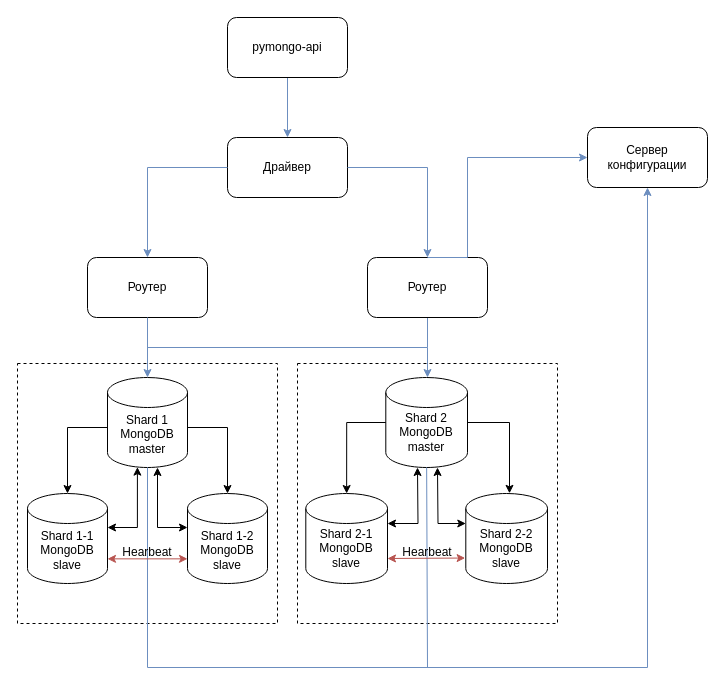
Earlier version of the draw.io diagram page "replication" (3 of 6) of sprint2.drawio (Ivan-Kozhushko/architecture-sprint-2). Source tidied: cells renumbered, new cells numbered last; positions are measured from the earlier drawing's top-left corner, leaving out a move shared by most shapes. Both pictures are drawn from the tidied source at 100%, with x=0, y=0 at pixel (17, 17).
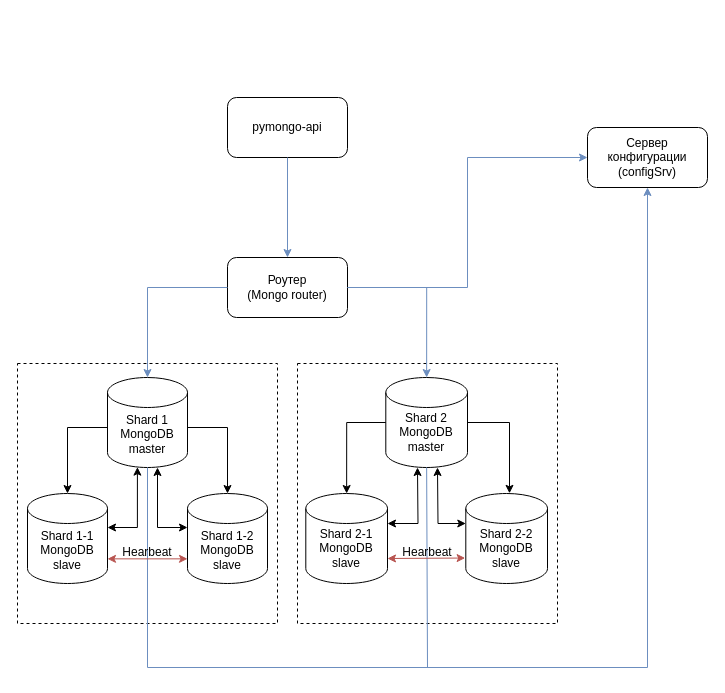
Above is the later version.

Unchanged cells that the change refers to:
```xml
<mxCell id="11" style="rounded=1;whiteSpace=wrap;html=1;" parent="9" vertex="1">
  <mxGeometry width="120" height="60" as="geometry" />
</mxCell>
<mxCell id="17" style="group;" parent="1" vertex="1">
  <mxGeometry x="570" y="110" width="120" height="60" as="geometry" />
</mxCell>
<mxCell id="23" style="shape=cylinder3;whiteSpace=wrap;html=1;boundedLbl=1;backgroundOutline=1;size=15;" parent="22" vertex="1">
  <mxGeometry x="-11.7" width="81.7" height="90" as="geometry" />
</mxCell>
<mxCell id="26" style="shape=cylinder3;whiteSpace=wrap;html=1;boundedLbl=1;backgroundOutline=1;size=15;" parent="25" vertex="1">
  <mxGeometry width="80" height="90" as="geometry" />
</mxCell>
```

What changed in the source:
```diff
@@
-    <mxCell id="4" style="edgeStyle=orthogonalEdgeStyle;rounded=0;jettySize=auto;html=1;entryX=0.5;entryY=0;entryDx=0;entryDy=0;fillColor=#dae8fc;strokeColor=#6c8ebf;" parent="1" edge="1" source="5" target="7">
-      <mxGeometry relative="1" as="geometry" />
-    </mxCell>
     <mxCell id="5" value="pymongo-api" style="rounded=1;whiteSpace=wrap;html=1;" parent="1" vertex="1">
-      <mxGeometry x="210" width="120" height="60" as="geometry" />
+      <mxGeometry x="210" y="80" width="120" height="60" as="geometry" />
     </mxCell>
-    <mxCell id="6" style="group;" parent="1" vertex="1">
-      <mxGeometry x="210" y="120" width="120" height="60" as="geometry" />
-    </mxCell>
-    <mxCell id="7" style="rounded=1;whiteSpace=wrap;html=1;" parent="6" vertex="1">
-      <mxGeometry width="120" height="60" as="geometry" />
-    </mxCell>
-    <mxCell id="8" value="Драйвер" style="text;html=1;align=center;verticalAlign=middle;whiteSpace=wrap;rounded=0;" parent="6" vertex="1">
-      <mxGeometry x="30" y="15" width="60" height="30" as="geometry" />
-    </mxCell>
     <mxCell id="9" style="group;" parent="1" vertex="1">
-      <mxGeometry x="350" y="240" width="120" height="60" as="geometry" />
+      <mxGeometry x="210" y="240" width="120" height="60" as="geometry" />
     </mxCell>
-    <mxCell id="10" style="edgeStyle=orthogonalEdgeStyle;rounded=0;jettySize=auto;html=1;fillColor=#dae8fc;strokeColor=#6c8ebf;" parent="9" edge="1" source="11">
-      <mxGeometry relative="1" as="geometry">
-        <mxPoint x="60" y="120" as="targetPoint" />
-      </mxGeometry>
-    </mxCell>
@@
-    <mxCell id="12" value="Роутер" style="text;html=1;align=center;verticalAlign=middle;whiteSpace=wrap;rounded=0;" parent="9" vertex="1">
-      <mxGeometry x="30" y="15" width="60" height="30" as="geometry" />
-    </mxCell>
-    <mxCell id="13" style="group;" parent="1" vertex="1">
-      <mxGeometry x="70" y="240" width="120" height="60" as="geometry" />
-    </mxCell>
-    <mxCell id="14" style="rounded=1;whiteSpace=wrap;html=1;" parent="13" vertex="1">
-      <mxGeometry width="120" height="60" as="geometry" />
-    </mxCell>
-    <mxCell id="15" style="edgeStyle=orthogonalEdgeStyle;rounded=0;orthogonalLoop=1;jettySize=auto;html=1;fillColor=#dae8fc;strokeColor=#6c8ebf;" parent="13" edge="1">
-      <mxGeometry relative="1" as="geometry">
-        <mxPoint x="60" y="60" as="sourcePoint" />
-        <mxPoint x="60" y="120" as="targetPoint" />
-      </mxGeometry>
-    </mxCell>
-    <mxCell id="16" value="Роутер" style="text;html=1;align=center;verticalAlign=middle;whiteSpace=wrap;rounded=0;" parent="13" vertex="1">
-      <mxGeometry x="30" y="15" width="60" height="30" as="geometry" />
-    </mxCell>
+    <mxCell id="56" value="Роутер&lt;div&gt;(Mongo router)&lt;/div&gt;" style="text;html=1;align=center;verticalAlign=middle;whiteSpace=wrap;rounded=0;" parent="9" vertex="1">
+      <mxGeometry x="10" y="15" width="100" height="30" as="geometry" />
+    </mxCell>
@@
-    <mxCell id="19" value="Сервер&lt;div&gt;конфигурации&lt;/div&gt;" style="text;html=1;align=center;verticalAlign=middle;whiteSpace=wrap;rounded=0;" parent="17" vertex="1">
-      <mxGeometry x="10" y="15" width="100" height="30" as="geometry" />
-    </mxCell>
-    <mxCell id="20" style="edgeStyle=orthogonalEdgeStyle;rounded=0;jettySize=auto;html=1;entryX=0.5;entryY=0;entryDx=0;entryDy=0;fillColor=#dae8fc;strokeColor=#6c8ebf;" parent="1" edge="1" target="14">
-      <mxGeometry relative="1" as="geometry">
-        <mxPoint x="210" y="150" as="sourcePoint" />
-        <Array as="points">
-          <mxPoint x="130" y="150" />
-        </Array>
-      </mxGeometry>
-    </mxCell>
+    <mxCell id="57" value="Сервер&lt;div&gt;конфигурации&lt;/div&gt;&lt;div&gt;(configSrv)&lt;/div&gt;" style="text;html=1;align=center;verticalAlign=middle;whiteSpace=wrap;rounded=0;" parent="17" vertex="1">
+      <mxGeometry x="10" y="15" width="100" height="30" as="geometry" />
+    </mxCell>
-    <mxCell id="21" style="edgeStyle=orthogonalEdgeStyle;rounded=0;jettySize=auto;html=1;entryX=0.5;entryY=0;entryDx=0;entryDy=0;fillColor=#dae8fc;strokeColor=#6c8ebf;" parent="1" edge="1" source="7" target="11">
-      <mxGeometry relative="1" as="geometry">
-        <Array as="points">
-          <mxPoint x="410" y="150" />
-        </Array>
-      </mxGeometry>
+    <mxCell id="21" style="edgeStyle=orthogonalEdgeStyle;rounded=0;jettySize=auto;html=1;entryX=0.5;entryY=0;entryDx=0;entryDy=0;fillColor=#dae8fc;strokeColor=#6c8ebf;exitX=0.5;exitY=1;exitDx=0;exitDy=0;" parent="1" edge="1" source="5" target="11">
+      <mxGeometry relative="1" as="geometry" />
     </mxCell>
@@
-    <mxCell id="29" style="endArrow=none;html=1;rounded=1;curved=0;fillColor=#dae8fc;strokeColor=#6c8ebf;" parent="1" edge="1">
-      <mxGeometry relative="1" as="geometry">
-        <mxPoint x="130" y="330" as="sourcePoint" />
-        <mxPoint x="410" y="330" as="targetPoint" />
-      </mxGeometry>
-    </mxCell>
-    <mxCell id="30" style="edgeStyle=orthogonalEdgeStyle;rounded=0;orthogonalLoop=1;jettySize=auto;html=1;fillColor=#dae8fc;strokeColor=#6c8ebf;" parent="1" edge="1">
+    <mxCell id="30" style="edgeStyle=orthogonalEdgeStyle;rounded=0;jettySize=auto;html=1;fillColor=#dae8fc;strokeColor=#6c8ebf;exitX=1;exitY=0.5;exitDx=0;exitDy=0;" parent="1" edge="1" source="11">
       <mxGeometry relative="1" as="geometry">
-        <mxPoint x="410" y="240" as="sourcePoint" />
         <mxPoint x="570" y="140" as="targetPoint" />
         <Array as="points">
-          <mxPoint x="450" y="240" />
+          <mxPoint x="450" y="270" />
           <mxPoint x="450" y="140" />
         </Array>
       </mxGeometry>
     </mxCell>
@@
+    <mxCell id="10" style="edgeStyle=orthogonalEdgeStyle;rounded=0;jettySize=auto;html=1;fillColor=#dae8fc;strokeColor=#6c8ebf;entryX=0.5;entryY=0;entryDx=0;entryDy=0;entryPerimeter=0;" parent="1" edge="1" source="11" target="26">
+      <mxGeometry relative="1" as="geometry" />
+    </mxCell>
+    <mxCell id="58" style="edgeStyle=orthogonalEdgeStyle;rounded=0;jettySize=auto;html=1;entryX=0.5;entryY=0;entryDx=0;entryDy=0;entryPerimeter=0;fillColor=#dae8fc;strokeColor=#6c8ebf;" parent="1" edge="1" source="11" target="23">
+      <mxGeometry relative="1" as="geometry" />
+    </mxCell>
```
